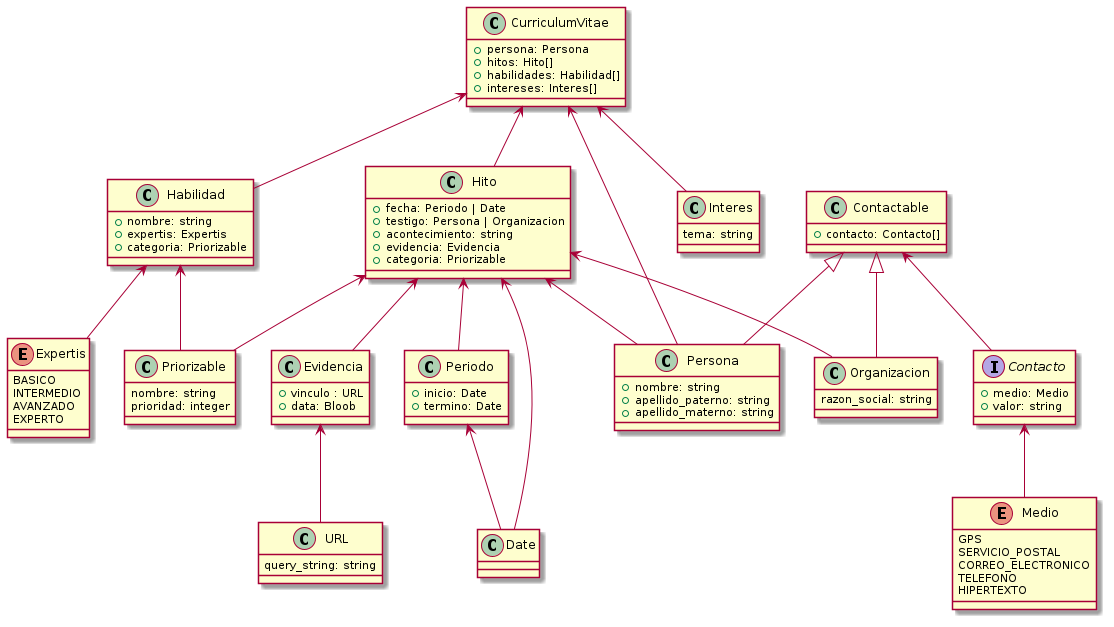
This is arc/images/curriculum-vitae-class-diagram.png from emirhg/curriculum-vitae, a PlantUML export, as it was before one commit.
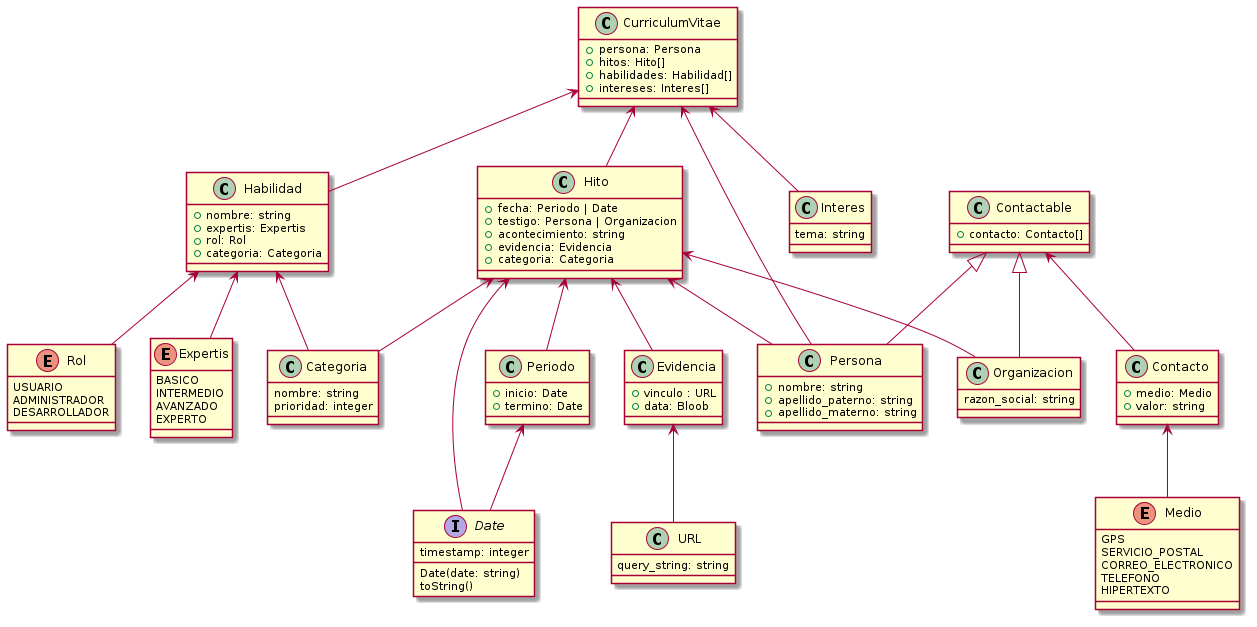
The same file after the commit.

Commit message:
new: dev: Diagrama de clases en PNG

Change to the diagram source:
```diff
@@ -10,7 +10,7 @@
     tema: string
   }
 
-  class Priorizable {
+  class Categoria {
     nombre: string
     prioridad: integer
   }
@@ -18,7 +18,8 @@
   class Habilidad {
     + nombre: string
     + expertis: Expertis
-    + categoria: Priorizable
+    + rol: Rol
+    + categoria: Categoria
   }
 
   class Periodo {
@@ -31,7 +32,7 @@
     + testigo: Persona | Organizacion
     + acontecimiento: string
     + evidencia: Evidencia
-    + categoria: Priorizable
+    + categoria: Categoria
   }
 
   class URL {
@@ -54,6 +55,12 @@
       EXPERTO
   }
 
+  enum Rol {
+      USUARIO
+      ADMINISTRADOR
+      DESARROLLADOR
+  }
+
   class Persona extends Contactable {
     + nombre: string
     + apellido_paterno: string
@@ -64,9 +71,15 @@
     + contacto: Contacto[]
   }
 
-  interface Contacto {
+  class Contacto {
       + medio: Medio
       + valor: string
+  }
+
+  interface Date {
+    timestamp: integer
+    Date(date: string)
+    toString()
   }
 
   enum Medio {
@@ -87,9 +100,10 @@
   Evidencia <-- URL
 
   Habilidad <-- Expertis
-  Habilidad <-- Priorizable
+  Habilidad <-- Rol
+  Habilidad <-- Categoria
 
-  Hito <-- Priorizable
+  Hito <-- Categoria
   Hito <-- Evidencia
   Hito <-- Persona
   Hito <-- Organizacion
```
